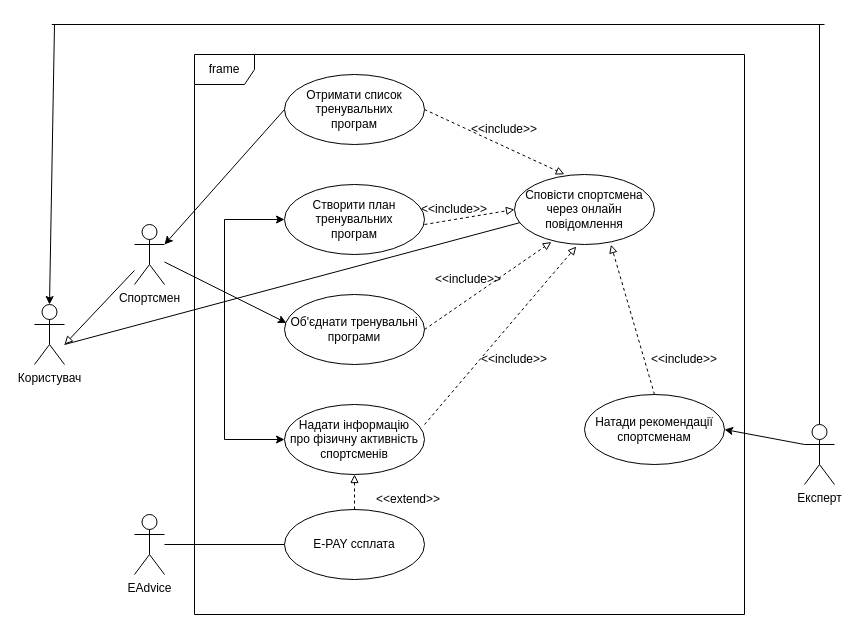
Above: 1.3-SoftwareUserRequirements/1.3.3-UseCaseDiagram/Diagram.drawio in oleksandrblazhko/ai-212-socheslo (draw.io), before the change. Source tidied: cells renumbered, new cells numbered last; positions are measured from the earlier drawing's top-left corner, leaving out a move shared by most shapes. Both pictures are drawn from the tidied source at 100%, with x=0, y=0 at pixel (34, 24).
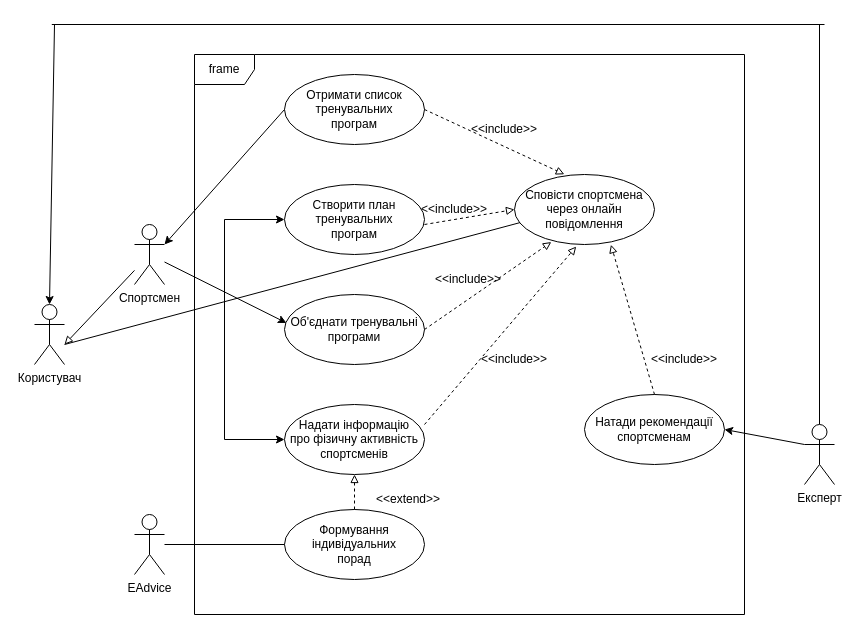
After the change.

Diff of the diagram source:
```diff
@@
-    <mxCell id="31" value="E-PAY cсплата" style="ellipse;whiteSpace=wrap;html=1;" parent="1" vertex="1">
+    <mxCell id="31" value="Формування індивідуальних&lt;br&gt;порад" style="ellipse;whiteSpace=wrap;html=1;" parent="1" vertex="1">
       <mxGeometry x="250" y="485" width="140" height="70" as="geometry" />
     </mxCell>
```
